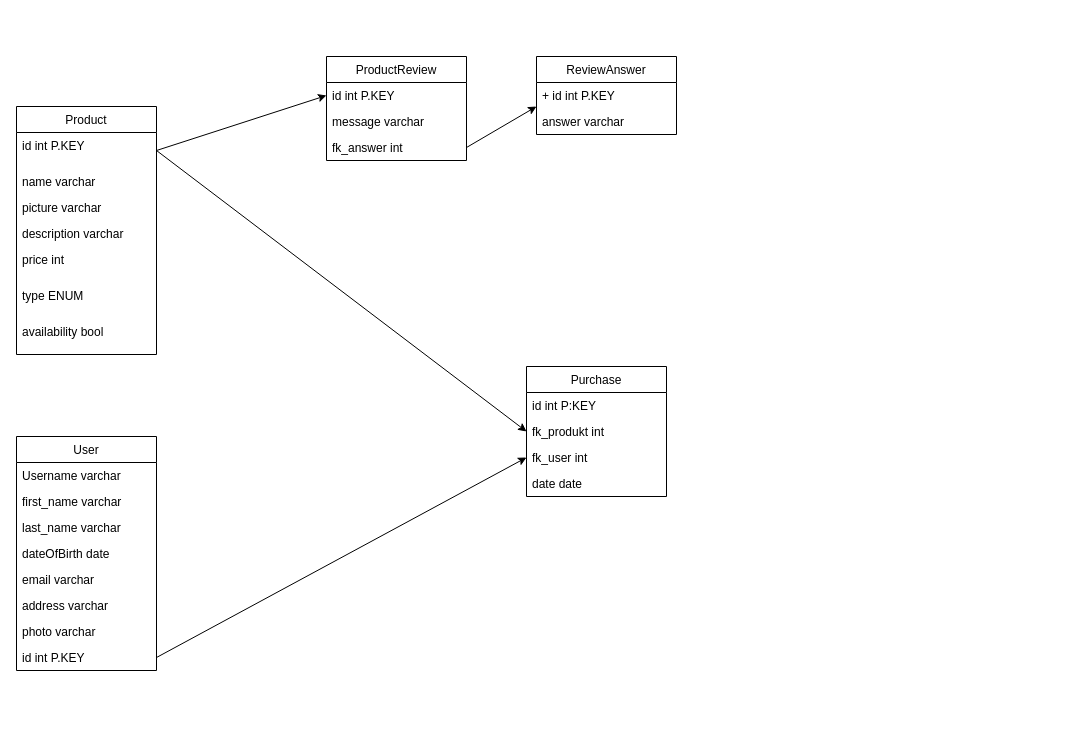
Before: database/database_ecommerce.drawio in ChavesJimmy/FSWD-TeamProject-Group9, a draw.io diagram. Source tidied: cells renumbered, new cells numbered last; positions are measured from the earlier drawing's top-left corner, leaving out a move shared by most shapes. Both pictures are drawn from the tidied source at 100%, with x=0, y=0 at pixel (16, 56).
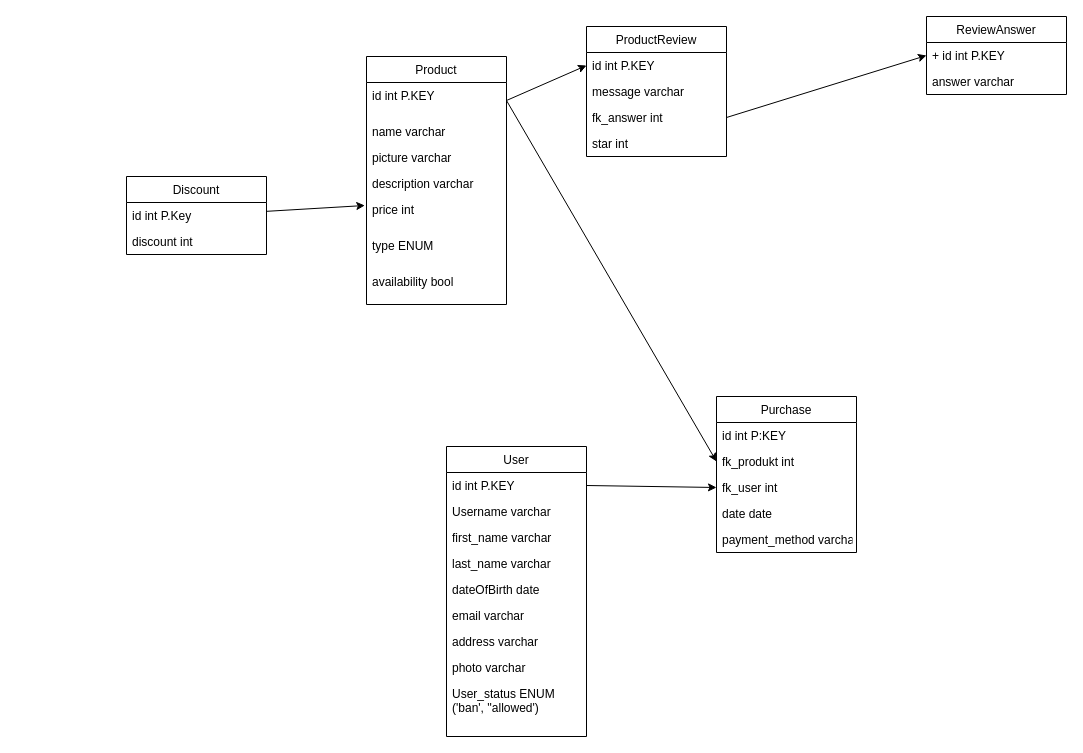
The same page after the edit.

Unchanged cells that the change refers to:
```xml
<mxCell id="3" value="id int P.KEY" style="text;strokeColor=none;fillColor=none;align=left;verticalAlign=top;spacingLeft=4;spacingRight=4;overflow=hidden;points=[[0,0.5],[1,0.5]];portConstraint=eastwest;" parent="2" vertex="1">
  <mxGeometry y="26" width="140" height="36" as="geometry" />
</mxCell>
<mxCell id="7" value="price int" style="text;strokeColor=none;fillColor=none;align=left;verticalAlign=top;spacingLeft=4;spacingRight=4;overflow=hidden;points=[[0,0.5],[1,0.5]];portConstraint=eastwest;" parent="2" vertex="1">
  <mxGeometry y="140" width="140" height="36" as="geometry" />
</mxCell>
<mxCell id="27" value="id int P.KEY" style="text;strokeColor=none;fillColor=none;align=left;verticalAlign=top;spacingLeft=4;spacingRight=4;overflow=hidden;points=[[0,0.5],[1,0.5]];portConstraint=eastwest;" parent="26" vertex="1">
  <mxGeometry y="26" width="140" height="26" as="geometry" />
</mxCell>
<mxCell id="29" value="fk_answer int" style="text;strokeColor=none;fillColor=none;align=left;verticalAlign=top;spacingLeft=4;spacingRight=4;overflow=hidden;points=[[0,0.5],[1,0.5]];portConstraint=eastwest;" parent="26" vertex="1">
  <mxGeometry y="78" width="140" height="26" as="geometry" />
</mxCell>
<mxCell id="32" value="+ id int P.KEY" style="text;strokeColor=none;fillColor=none;align=left;verticalAlign=top;spacingLeft=4;spacingRight=4;overflow=hidden;points=[[0,0.5],[1,0.5]];portConstraint=eastwest;" parent="31" vertex="1">
  <mxGeometry y="26" width="140" height="26" as="geometry" />
</mxCell>
```

Change to the diagram source:
```diff
@@
     <mxCell id="2" value="Product" style="swimlane;fontStyle=0;horizontal=1;startSize=26;fillColor=none;" parent="1" vertex="1">
-      <mxGeometry y="50" width="140" height="248" as="geometry" />
+      <mxGeometry x="350" width="140" height="248" as="geometry" />
     </mxCell>
@@
     <mxCell id="10" value="User" style="swimlane;fontStyle=0;horizontal=1;startSize=26;fillColor=none;" parent="1" vertex="1">
-      <mxGeometry y="380" width="140" height="234" as="geometry" />
+      <mxGeometry x="430" y="390" width="140" height="290" as="geometry" />
     </mxCell>
+    <mxCell id="18" value="id int P.KEY" style="text;strokeColor=none;fillColor=none;align=left;verticalAlign=top;spacingLeft=4;spacingRight=4;overflow=hidden;points=[[0,0.5],[1,0.5]];portConstraint=eastwest;" parent="10" vertex="1">
+      <mxGeometry y="26" width="140" height="26" as="geometry" />
+    </mxCell>
     <mxCell id="11" value="Username varchar" style="text;strokeColor=none;fillColor=none;align=left;verticalAlign=top;spacingLeft=4;spacingRight=4;overflow=hidden;" parent="10" vertex="1">
-      <mxGeometry y="26" width="140" height="26" as="geometry" />
+      <mxGeometry y="52" width="140" height="26" as="geometry" />
     </mxCell>
     <mxCell id="12" value="first_name varchar" style="text;strokeColor=none;fillColor=none;align=left;verticalAlign=top;spacingLeft=4;spacingRight=4;overflow=hidden;" parent="10" vertex="1">
-      <mxGeometry y="52" width="140" height="26" as="geometry" />
+      <mxGeometry y="78" width="140" height="26" as="geometry" />
     </mxCell>
     <mxCell id="13" value="last_name varchar" style="text;strokeColor=none;fillColor=none;align=left;verticalAlign=top;spacingLeft=4;spacingRight=4;overflow=hidden;" parent="10" vertex="1">
-      <mxGeometry y="78" width="140" height="26" as="geometry" />
+      <mxGeometry y="104" width="140" height="26" as="geometry" />
     </mxCell>
     <mxCell id="14" value="dateOfBirth date&#10;" style="text;strokeColor=none;fillColor=none;align=left;verticalAlign=top;spacingLeft=4;spacingRight=4;overflow=hidden;" parent="10" vertex="1">
-      <mxGeometry y="104" width="140" height="26" as="geometry" />
+      <mxGeometry y="130" width="140" height="26" as="geometry" />
     </mxCell>
     <mxCell id="15" value="email varchar" style="text;strokeColor=none;fillColor=none;align=left;verticalAlign=top;spacingLeft=4;spacingRight=4;overflow=hidden;" parent="10" vertex="1">
-      <mxGeometry y="130" width="140" height="26" as="geometry" />
+      <mxGeometry y="156" width="140" height="26" as="geometry" />
     </mxCell>
     <mxCell id="16" value="address varchar" style="text;strokeColor=none;fillColor=none;align=left;verticalAlign=top;spacingLeft=4;spacingRight=4;overflow=hidden;" parent="10" vertex="1">
-      <mxGeometry y="156" width="140" height="26" as="geometry" />
+      <mxGeometry y="182" width="140" height="26" as="geometry" />
     </mxCell>
     <mxCell id="17" value="photo varchar" style="text;strokeColor=none;fillColor=none;align=left;verticalAlign=top;spacingLeft=4;spacingRight=4;overflow=hidden;" parent="10" vertex="1">
-      <mxGeometry y="182" width="140" height="26" as="geometry" />
+      <mxGeometry y="208" width="140" height="26" as="geometry" />
     </mxCell>
-    <mxCell id="18" value="id int P.KEY" style="text;strokeColor=none;fillColor=none;align=left;verticalAlign=top;spacingLeft=4;spacingRight=4;overflow=hidden;points=[[0,0.5],[1,0.5]];portConstraint=eastwest;" parent="10" vertex="1">
-      <mxGeometry y="208" width="140" height="26" as="geometry" />
-    </mxCell>
+    <mxCell id="35" value="User_status ENUM &#10;('ban', ''allowed')" style="text;strokeColor=none;fillColor=none;align=left;verticalAlign=top;spacingLeft=4;spacingRight=4;overflow=hidden;" parent="10" vertex="1">
+      <mxGeometry y="234" width="140" height="56" as="geometry" />
+    </mxCell>
     <mxCell id="19" value="Purchase" style="swimlane;fontStyle=0;horizontal=1;startSize=26;fillColor=none;" parent="1" vertex="1">
-      <mxGeometry x="510" y="310" width="140" height="130" as="geometry" />
+      <mxGeometry x="700" y="340" width="140" height="156" as="geometry" />
     </mxCell>
@@
+    <mxCell id="36" value="payment_method varchar" style="text;strokeColor=none;fillColor=none;align=left;verticalAlign=top;spacingLeft=4;spacingRight=4;overflow=hidden;" parent="19" vertex="1">
+      <mxGeometry y="130" width="140" height="26" as="geometry" />
+    </mxCell>
@@
     <mxCell id="26" value="ProductReview" style="swimlane;fontStyle=0;horizontal=1;startSize=26;fillColor=none;" parent="1" vertex="1">
-      <mxGeometry x="310" width="140" height="104" as="geometry" />
+      <mxGeometry x="570" y="-30" width="140" height="130" as="geometry" />
     </mxCell>
@@
+    <mxCell id="37" value="star int" style="text;strokeColor=none;fillColor=none;align=left;verticalAlign=top;spacingLeft=4;spacingRight=4;overflow=hidden;" parent="26" vertex="1">
+      <mxGeometry y="104" width="140" height="26" as="geometry" />
+    </mxCell>
-    <mxCell id="30" style="edgeStyle=none;html=1;exitX=1;exitY=0.5;exitDx=0;exitDy=0;" parent="1" edge="1" source="3">
-      <mxGeometry relative="1" as="geometry">
-        <mxPoint x="310" y="39" as="targetPoint" />
-      </mxGeometry>
+    <mxCell id="30" style="edgeStyle=none;html=1;exitX=1;exitY=0.5;exitDx=0;exitDy=0;entryX=0;entryY=0.5;entryDx=0;entryDy=0;" parent="1" edge="1" source="3" target="27">
+      <mxGeometry relative="1" as="geometry" />
     </mxCell>
     <mxCell id="31" value="ReviewAnswer" style="swimlane;fontStyle=0;horizontal=1;startSize=26;fillColor=none;" parent="1" vertex="1">
-      <mxGeometry x="520" width="140" height="78" as="geometry" />
+      <mxGeometry x="910" y="-40" width="140" height="78" as="geometry" />
     </mxCell>
@@
-    <mxCell id="34" style="edgeStyle=none;html=1;exitX=1;exitY=0.5;exitDx=0;exitDy=0;" parent="1" edge="1" source="29">
-      <mxGeometry relative="1" as="geometry">
-        <mxPoint x="520" y="50" as="targetPoint" />
-      </mxGeometry>
+    <mxCell id="34" style="edgeStyle=none;html=1;exitX=1;exitY=0.5;exitDx=0;exitDy=0;entryX=0;entryY=0.5;entryDx=0;entryDy=0;" parent="1" edge="1" source="29" target="32">
+      <mxGeometry relative="1" as="geometry" />
     </mxCell>
+    <mxCell id="38" value="Discount" style="swimlane;fontStyle=0;horizontal=1;startSize=26;fillColor=none;" parent="1" vertex="1">
+      <mxGeometry x="110" y="120" width="140" height="78" as="geometry" />
+    </mxCell>
+    <mxCell id="39" value="id int P.Key" style="text;strokeColor=none;fillColor=none;align=left;verticalAlign=top;spacingLeft=4;spacingRight=4;overflow=hidden;points=[[0,0.5],[1,0.5]];portConstraint=eastwest;" parent="38" vertex="1">
+      <mxGeometry y="26" width="140" height="26" as="geometry" />
+    </mxCell>
+    <mxCell id="40" value="discount int" style="text;strokeColor=none;fillColor=none;align=left;verticalAlign=top;spacingLeft=4;spacingRight=4;overflow=hidden;" parent="38" vertex="1">
+      <mxGeometry y="52" width="140" height="26" as="geometry" />
+    </mxCell>
+    <mxCell id="41" style="edgeStyle=none;html=1;entryX=-0.012;entryY=0.25;entryDx=0;entryDy=0;entryPerimeter=0;" parent="1" edge="1" source="39" target="7">
+      <mxGeometry relative="1" as="geometry" />
+    </mxCell>
```
